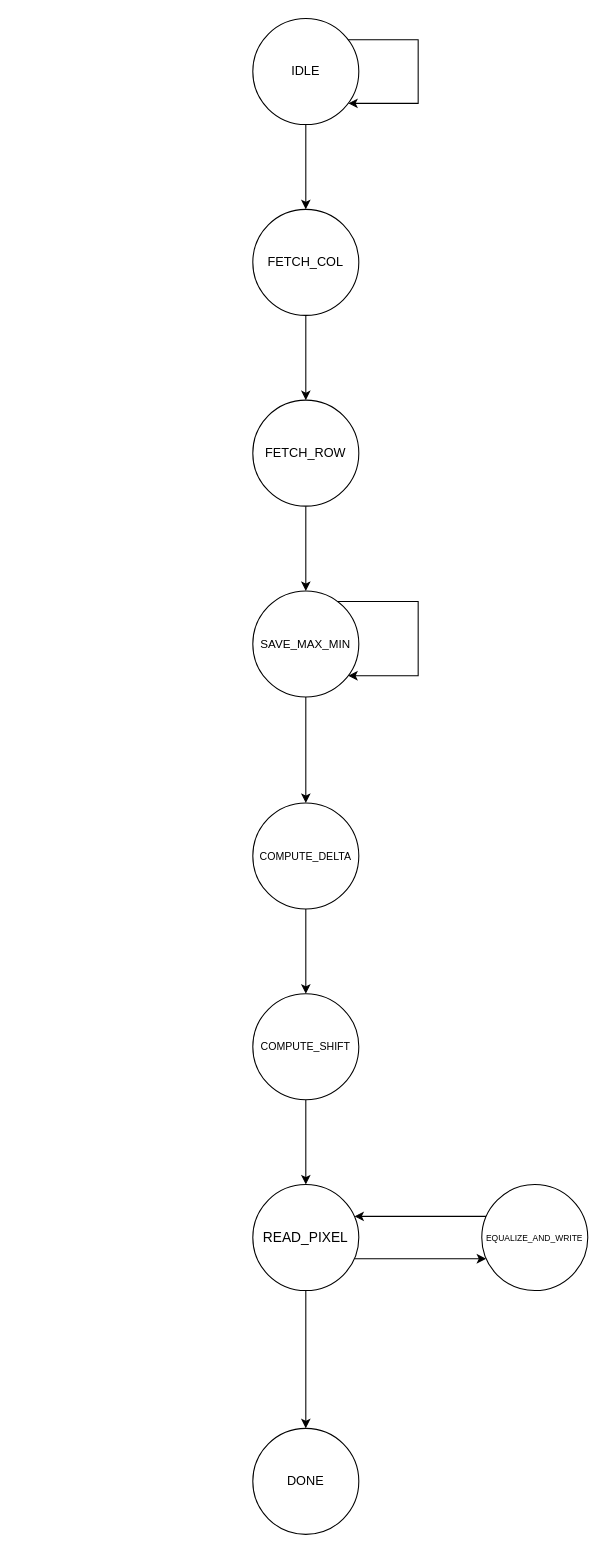
The draw.io diagram doc/state_machine.drawio in AlbertoPirillo/logic-networks-project-2020, before the edit. Source tidied: cells renumbered, new cells numbered last; positions are measured from the earlier drawing's top-left corner, leaving out a move shared by most shapes. Both pictures are drawn from the tidied source at 106%, with x=0, y=0 at pixel (252, 18).
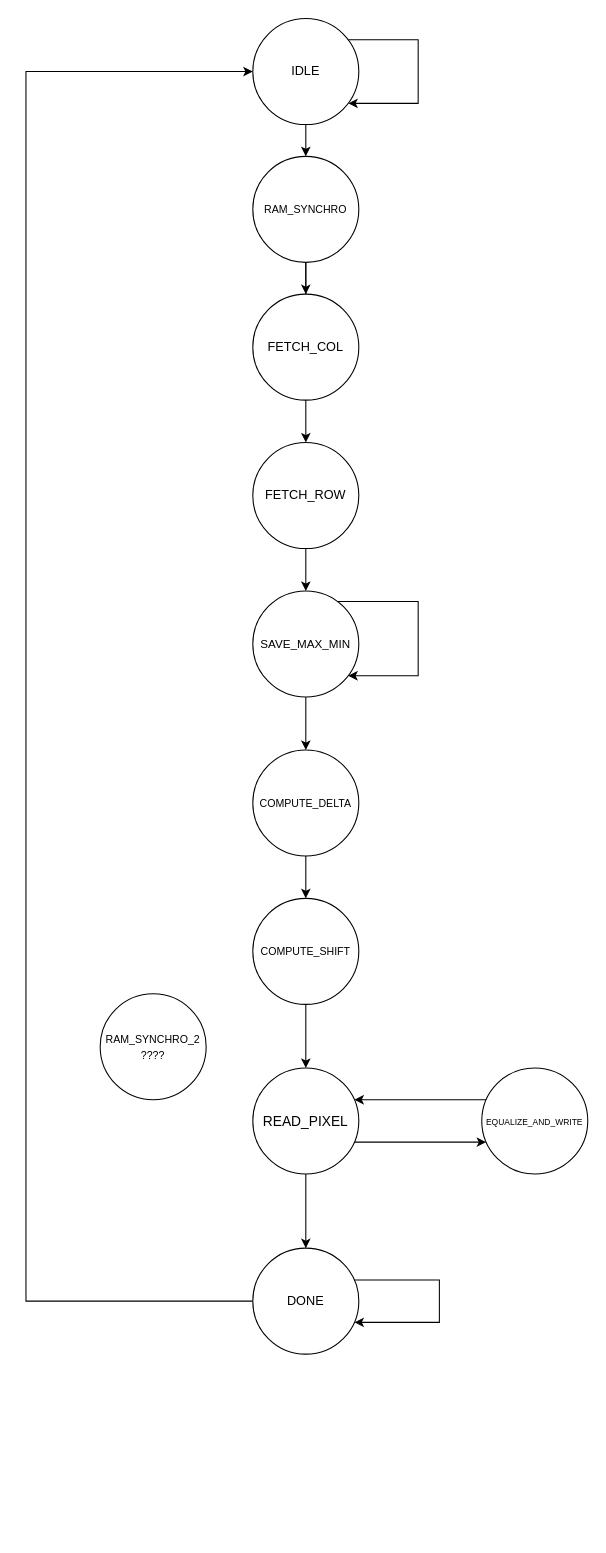
The same page after the edit.

Commit message (it also covers changes not shown here):
Updated source code and FSM

- Signals refactoring
- Added RAM_SYNCHRO state
- pixel_read_count is now used in place of r_address to change state

The change refers to these unchanged cells:
```xml
<mxCell id="3" value="IDLE&lt;br&gt;" style="ellipse;whiteSpace=wrap;html=1;fixDash=0;" parent="1" vertex="1">
  <mxGeometry width="100" height="100" as="geometry" />
</mxCell>
```

Change to the diagram source:
```diff
@@
+    <mxCell id="22" style="edgeStyle=orthogonalEdgeStyle;rounded=0;jettySize=auto;html=1;" parent="1" edge="1" source="5" target="24">
+      <mxGeometry relative="1" as="geometry" />
+    </mxCell>
-    <mxCell id="5" value="FETCH_COL" style="ellipse;whiteSpace=wrap;html=1;fixDash=0;" parent="1" vertex="1">
-      <mxGeometry y="180" width="100" height="100" as="geometry" />
+    <mxCell id="5" value="&lt;font style=&quot;font-size: 10px&quot;&gt;RAM_SYNCHRO&lt;/font&gt;" style="ellipse;whiteSpace=wrap;html=1;fixDash=0;" parent="1" vertex="1">
+      <mxGeometry y="130" width="100" height="100" as="geometry" />
     </mxCell>
@@
     <mxCell id="7" value="FETCH_ROW" style="ellipse;whiteSpace=wrap;html=1;fixDash=0;" parent="1" vertex="1">
-      <mxGeometry y="360" width="100" height="100" as="geometry" />
+      <mxGeometry y="400" width="100" height="100" as="geometry" />
     </mxCell>
+    <mxCell id="23" style="edgeStyle=orthogonalEdgeStyle;rounded=0;jettySize=auto;html=1;entryX=0;entryY=0.5;entryDx=0;entryDy=0;" parent="1" edge="1" source="8" target="3">
+      <mxGeometry relative="1" as="geometry">
+        <Array as="points">
+          <mxPoint x="-214" y="1210" />
+          <mxPoint x="-214" y="50" />
+        </Array>
+      </mxGeometry>
+    </mxCell>
     <mxCell id="8" value="DONE" style="ellipse;whiteSpace=wrap;html=1;fixDash=0;" parent="1" vertex="1">
-      <mxGeometry y="1330" width="100" height="100" as="geometry" />
+      <mxGeometry y="1160" width="100" height="100" as="geometry" />
     </mxCell>
@@
     <mxCell id="12" value="&lt;font style=&quot;font-size: 10px&quot;&gt;COMPUTE_DELTA&lt;/font&gt;" style="ellipse;whiteSpace=wrap;html=1;fixDash=0;" parent="1" vertex="1">
-      <mxGeometry y="740" width="100" height="100" as="geometry" />
+      <mxGeometry y="690" width="100" height="100" as="geometry" />
     </mxCell>
@@
     <mxCell id="14" value="&lt;font style=&quot;font-size: 10px&quot;&gt;COMPUTE_SHIFT&lt;/font&gt;" style="ellipse;whiteSpace=wrap;html=1;fixDash=0;" parent="1" vertex="1">
-      <mxGeometry y="920" width="100" height="100" as="geometry" />
+      <mxGeometry y="830" width="100" height="100" as="geometry" />
     </mxCell>
     <mxCell id="15" style="edgeStyle=orthogonalEdgeStyle;rounded=0;jettySize=auto;html=1;" parent="1" edge="1" source="17" target="8">
       <mxGeometry relative="1" as="geometry">
         <Array as="points">
-          <mxPoint x="50" y="1270" />
-          <mxPoint x="50" y="1270" />
+          <mxPoint x="50" y="1160" />
+          <mxPoint x="50" y="1160" />
         </Array>
       </mxGeometry>
     </mxCell>
     <mxCell id="16" style="edgeStyle=orthogonalEdgeStyle;rounded=0;jettySize=auto;html=1;" parent="1" edge="1" source="17" target="21">
       <mxGeometry relative="1" as="geometry">
         <Array as="points">
-          <mxPoint x="166" y="1170" />
-          <mxPoint x="166" y="1170" />
+          <mxPoint x="166" y="1060" />
+          <mxPoint x="166" y="1060" />
         </Array>
       </mxGeometry>
     </mxCell>
     <mxCell id="17" value="&lt;font style=&quot;font-size: 13px&quot;&gt;READ_PIXEL&lt;/font&gt;" style="ellipse;whiteSpace=wrap;html=1;fixDash=0;" parent="1" vertex="1">
-      <mxGeometry y="1100" width="100" height="100" as="geometry" />
+      <mxGeometry y="990" width="100" height="100" as="geometry" />
     </mxCell>
@@
     <mxCell id="20" style="edgeStyle=orthogonalEdgeStyle;rounded=0;jettySize=auto;html=1;" parent="1" edge="1" source="21" target="17">
       <mxGeometry relative="1" as="geometry">
         <Array as="points">
-          <mxPoint x="186" y="1130" />
-          <mxPoint x="186" y="1130" />
+          <mxPoint x="186" y="1020" />
+          <mxPoint x="186" y="1020" />
         </Array>
       </mxGeometry>
     </mxCell>
     <mxCell id="21" value="&lt;font style=&quot;font-size: 8px&quot;&gt;EQUALIZE_AND_WRITE&lt;/font&gt;" style="ellipse;whiteSpace=wrap;html=1;fixDash=0;" parent="1" vertex="1">
-      <mxGeometry x="216" y="1100" width="100" height="100" as="geometry" />
+      <mxGeometry x="216" y="990" width="100" height="100" as="geometry" />
     </mxCell>
+    <mxCell id="24" value="FETCH_COL" style="ellipse;whiteSpace=wrap;html=1;fixDash=0;" parent="1" vertex="1">
+      <mxGeometry y="260" width="100" height="100" as="geometry" />
+    </mxCell>
+    <mxCell id="25" value="&lt;font style=&quot;font-size: 10px&quot;&gt;RAM_SYNCHRO_2&lt;br&gt;????&lt;br&gt;&lt;/font&gt;" style="ellipse;whiteSpace=wrap;html=1;fixDash=0;" parent="1" vertex="1">
+      <mxGeometry x="-144" y="920" width="100" height="100" as="geometry" />
+    </mxCell>
+    <mxCell id="26" style="edgeStyle=orthogonalEdgeStyle;rounded=0;orthogonalLoop=1;jettySize=auto;html=1;" parent="1" edge="1" source="8" target="8">
+      <mxGeometry relative="1" as="geometry">
+        <Array as="points">
+          <mxPoint x="176" y="1190" />
+          <mxPoint x="176" y="1230" />
+        </Array>
+      </mxGeometry>
+    </mxCell>
```
